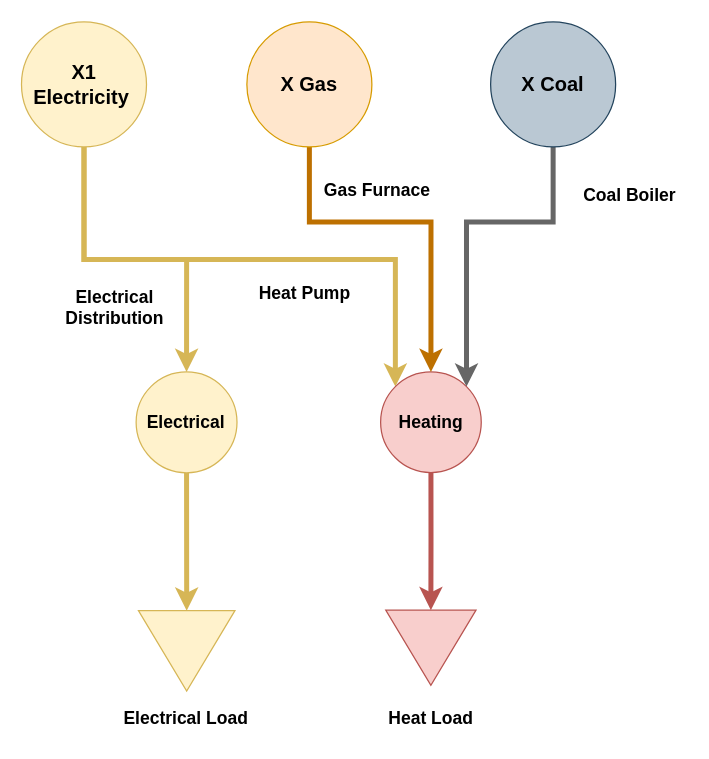
The draw.io diagram page "industry" (5 of 7) of docs/source/_static/pypsa-usa.drawio in PyPSA/pypsa-usa, before the edit. Source tidied: cells renumbered, new cells numbered last; positions are measured from the earlier drawing's top-left corner, leaving out a move shared by most shapes. Both pictures are drawn from the tidied source at 125%, with x=0, y=0 at pixel (21, 21).
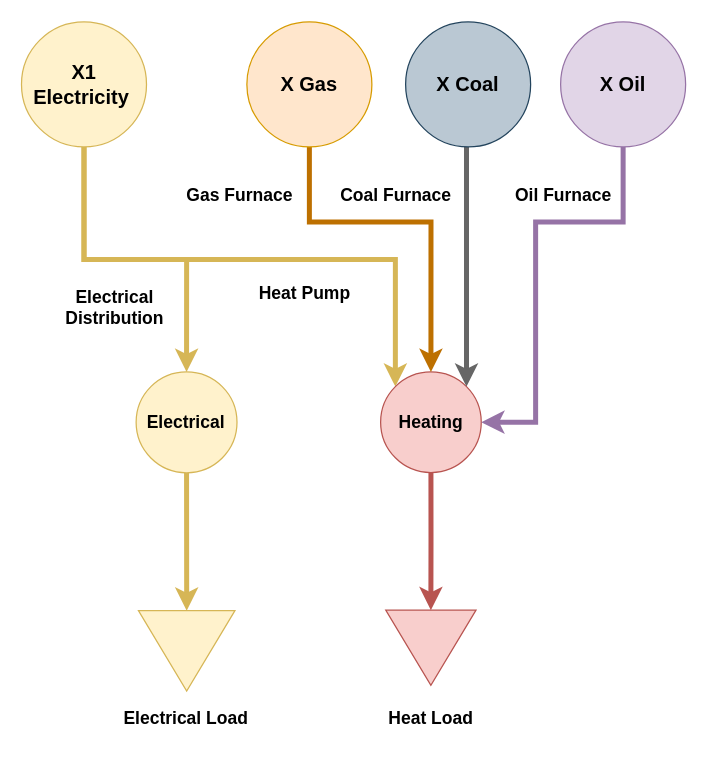
Above is the later version.

Unchanged cells that the change refers to:
```xml
<mxCell id="14" value="Heating" style="ellipse;whiteSpace=wrap;html=1;fillColor=#f8cecc;strokeColor=#b85450;fontStyle=1;direction=east;fontSize=14;" parent="1" vertex="1">
  <mxGeometry x="287" y="280" width="80.5" height="80.5" as="geometry" />
</mxCell>
```

What changed in the source:
```diff
@@
-    <mxCell id="11" value="Coal Boiler" style="text;html=1;align=center;verticalAlign=middle;whiteSpace=wrap;rounded=0;fontStyle=1;direction=east;fontSize=14;" parent="1" vertex="1">
-      <mxGeometry x="443" y="124" width="87" height="30" as="geometry" />
+    <mxCell id="11" value="Coal Furnace" style="text;html=1;align=center;verticalAlign=middle;whiteSpace=wrap;rounded=0;fontStyle=1;direction=east;fontSize=14;" parent="1" vertex="1">
+      <mxGeometry x="251" y="124" width="97" height="30" as="geometry" />
     </mxCell>
@@
     <mxCell id="17" style="edgeStyle=orthogonalEdgeStyle;rounded=0;jettySize=auto;html=1;exitX=0.5;exitY=1;exitDx=0;exitDy=0;entryX=1;entryY=0;entryDx=0;entryDy=0;fillColor=#f5f5f5;strokeColor=#666666;strokeWidth=4;" parent="1" edge="1" source="18" target="14">
       <mxGeometry relative="1" as="geometry">
         <Array as="points">
-          <mxPoint x="425" y="160" />
-          <mxPoint x="356" y="160" />
+          <mxPoint x="356" y="100" />
         </Array>
       </mxGeometry>
     </mxCell>
     <mxCell id="18" value="&lt;b style=&quot;font-size: 16px;&quot;&gt;X Coal&lt;/b&gt;" style="ellipse;whiteSpace=wrap;html=1;fontSize=16;fillColor=#bac8d3;strokeColor=#23445d;" parent="1" vertex="1">
-      <mxGeometry x="375" width="100" height="100" as="geometry" />
+      <mxGeometry x="307" width="100" height="100" as="geometry" />
     </mxCell>
@@
     <mxCell id="21" value="Gas Furnace" style="text;html=1;align=center;verticalAlign=middle;whiteSpace=wrap;rounded=0;fontStyle=1;direction=east;fontSize=14;" parent="1" vertex="1">
-      <mxGeometry x="241" y="120" width="87" height="30" as="geometry" />
+      <mxGeometry x="131" y="124" width="87" height="30" as="geometry" />
     </mxCell>
+    <mxCell id="22" style="edgeStyle=orthogonalEdgeStyle;rounded=0;jettySize=auto;html=1;exitX=0.5;exitY=1;exitDx=0;exitDy=0;entryX=1;entryY=0.5;entryDx=0;entryDy=0;fillColor=#e1d5e7;strokeColor=#9673a6;strokeWidth=4;" parent="1" edge="1" source="23" target="14">
+      <mxGeometry relative="1" as="geometry">
+        <Array as="points">
+          <mxPoint x="481" y="160" />
+          <mxPoint x="411" y="160" />
+          <mxPoint x="411" y="320" />
+        </Array>
+      </mxGeometry>
+    </mxCell>
+    <mxCell id="23" value="&lt;b style=&quot;font-size: 16px;&quot;&gt;X Oil&lt;/b&gt;" style="ellipse;whiteSpace=wrap;html=1;fontSize=16;fillColor=#e1d5e7;strokeColor=#9673a6;" parent="1" vertex="1">
+      <mxGeometry x="431" width="100" height="100" as="geometry" />
+    </mxCell>
+    <mxCell id="24" value="Oil Furnace" style="text;html=1;align=center;verticalAlign=middle;whiteSpace=wrap;rounded=0;fontStyle=1;direction=east;fontSize=14;" parent="1" vertex="1">
+      <mxGeometry x="389.7" y="124" width="87" height="30" as="geometry" />
+    </mxCell>
```
